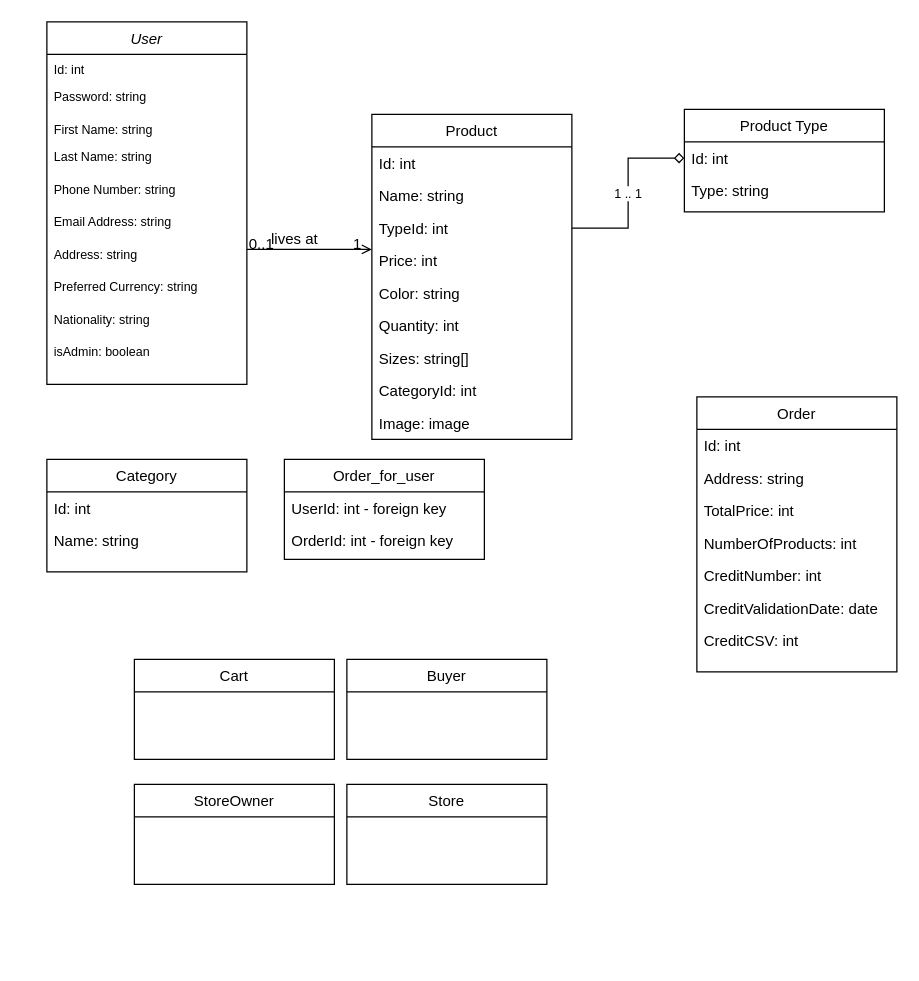
This is docs/ClassDiagram.drawio from kokolight/EuroleagueAnalysis, a draw.io file, before an edit. Source tidied: cells renumbered, new cells numbered last; positions are measured from the earlier drawing's top-left corner, leaving out a move shared by most shapes. Both pictures are drawn from the tidied source at 125%, with x=0, y=0 at pixel (46, 21).
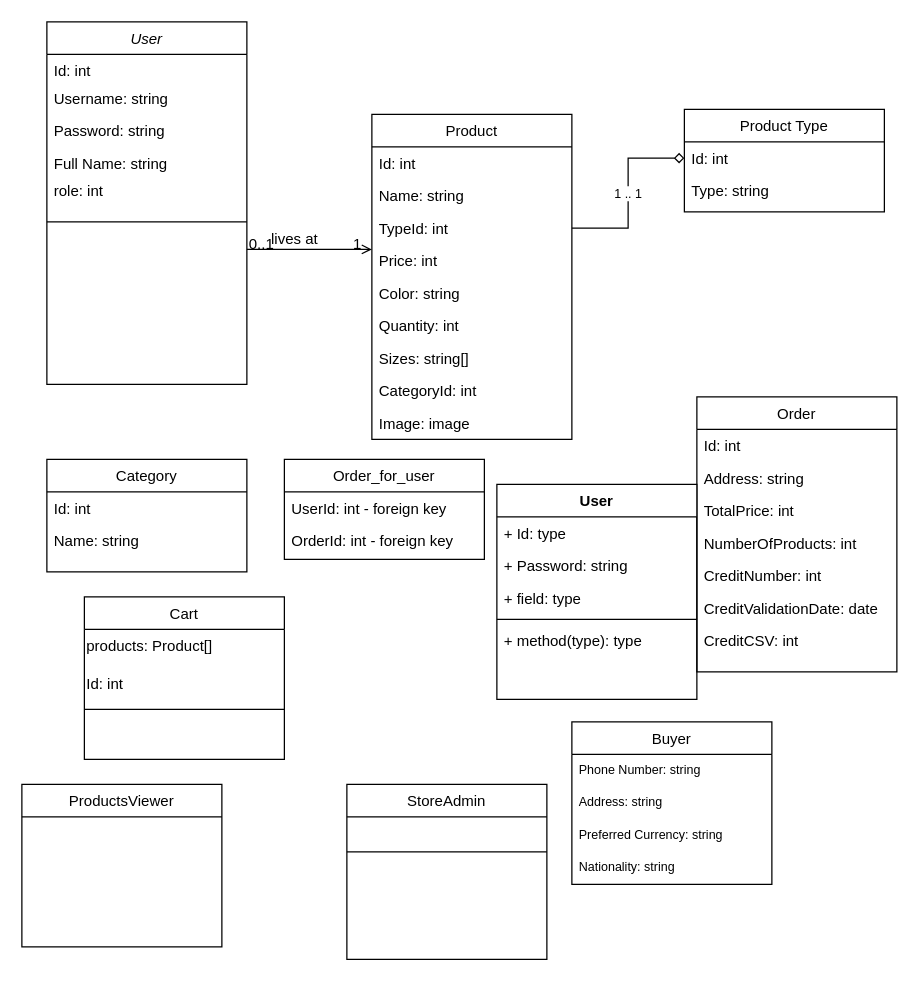
Above is the later version.

Unchanged cells that the change refers to:
```xml
<mxCell id="2" value="User" style="swimlane;fontStyle=2;align=center;verticalAlign=top;horizontal=1;startSize=26;rounded=0;shadow=0;strokeWidth=1;" parent="1" vertex="1">
  <mxGeometry width="160" height="290" as="geometry" />
</mxCell>
```

What changed in the source:
```diff
@@
-    <mxCell id="3" value="Id: int" style="text;align=left;verticalAlign=top;spacingLeft=4;spacingRight=4;overflow=hidden;fontSize=10;" parent="2" vertex="1">
+    <mxCell id="3" value="Id: int" style="text;align=left;verticalAlign=top;spacingLeft=4;spacingRight=4;overflow=hidden;fontSize=12;" parent="2" vertex="1">
       <mxGeometry y="26" width="160" height="22" as="geometry" />
     </mxCell>
+    <mxCell id="8" value="Username: string" style="text;align=left;verticalAlign=top;spacingLeft=4;spacingRight=4;overflow=hidden;html=0;fontSize=12;" parent="2" vertex="1">
+      <mxGeometry y="48" width="160" height="26" as="geometry" />
+    </mxCell>
-    <mxCell id="4" value="Password: string" style="text;align=left;verticalAlign=top;spacingLeft=4;spacingRight=4;overflow=hidden;fontSize=10;" parent="2" vertex="1">
-      <mxGeometry y="48" width="160" height="26" as="geometry" />
+    <mxCell id="4" value="Password: string" style="text;align=left;verticalAlign=top;spacingLeft=4;spacingRight=4;overflow=hidden;fontSize=12;" parent="2" vertex="1">
+      <mxGeometry y="74" width="160" height="26" as="geometry" />
     </mxCell>
-    <mxCell id="5" value="First Name: string" style="text;align=left;verticalAlign=top;spacingLeft=4;spacingRight=4;overflow=hidden;fontSize=10;" parent="2" vertex="1">
-      <mxGeometry y="74" width="160" height="22" as="geometry" />
+    <mxCell id="5" value="Full Name: string" style="text;align=left;verticalAlign=top;spacingLeft=4;spacingRight=4;overflow=hidden;fontSize=12;" parent="2" vertex="1">
+      <mxGeometry y="100" width="160" height="22" as="geometry" />
     </mxCell>
-    <mxCell id="6" value="Last Name: string" style="text;align=left;verticalAlign=top;spacingLeft=4;spacingRight=4;overflow=hidden;fontSize=10;" parent="2" vertex="1">
-      <mxGeometry y="96" width="160" height="26" as="geometry" />
-    </mxCell>
-    <mxCell id="7" value="Phone Number: string" style="text;align=left;verticalAlign=top;spacingLeft=4;spacingRight=4;overflow=hidden;html=0;fontSize=10;" parent="2" vertex="1">
-      <mxGeometry y="122" width="160" height="26" as="geometry" />
-    </mxCell>
-    <mxCell id="8" value="Email Address: string" style="text;align=left;verticalAlign=top;spacingLeft=4;spacingRight=4;overflow=hidden;html=0;fontSize=10;" parent="2" vertex="1">
-      <mxGeometry y="148" width="160" height="26" as="geometry" />
-    </mxCell>
-    <mxCell id="9" value="Address: string" style="text;align=left;verticalAlign=top;spacingLeft=4;spacingRight=4;overflow=hidden;html=0;fontSize=10;" parent="2" vertex="1">
-      <mxGeometry y="174" width="160" height="26" as="geometry" />
-    </mxCell>
-    <mxCell id="10" value="Preferred Currency: string" style="text;align=left;verticalAlign=top;spacingLeft=4;spacingRight=4;overflow=hidden;html=0;fontSize=10;" parent="2" vertex="1">
-      <mxGeometry y="200" width="160" height="26" as="geometry" />
-    </mxCell>
-    <mxCell id="11" value="Nationality: string" style="text;align=left;verticalAlign=top;spacingLeft=4;spacingRight=4;overflow=hidden;html=0;fontSize=10;" parent="2" vertex="1">
-      <mxGeometry y="226" width="160" height="26" as="geometry" />
-    </mxCell>
-    <mxCell id="12" value="isAdmin: boolean" style="text;align=left;verticalAlign=top;spacingLeft=4;spacingRight=4;overflow=hidden;html=0;fontSize=10;" parent="2" vertex="1">
-      <mxGeometry y="252" width="160" height="26" as="geometry" />
+    <mxCell id="12" value="role: int&#10;" style="text;align=left;verticalAlign=top;spacingLeft=4;spacingRight=4;overflow=hidden;html=0;fontSize=12;" parent="2" vertex="1">
+      <mxGeometry y="122" width="160" height="26" as="geometry" />
     </mxCell>
+    <mxCell id="49" style="endArrow=none;html=1;fontSize=12;" parent="2" edge="1">
+      <mxGeometry relative="1" as="geometry">
+        <mxPoint y="160" as="sourcePoint" />
+        <mxPoint x="160" y="160" as="targetPoint" />
+      </mxGeometry>
+    </mxCell>
@@
     <mxCell id="45" value="Cart" style="swimlane;fontStyle=0;align=center;verticalAlign=top;horizontal=1;startSize=26;rounded=0;shadow=0;strokeWidth=1;" parent="1" vertex="1">
-      <mxGeometry x="70" y="510" width="160" height="80" as="geometry" />
+      <mxGeometry x="30" y="460" width="160" height="130" as="geometry" />
     </mxCell>
+    <mxCell id="50" value="products: Product[]&lt;br&gt;&lt;br&gt;" style="text;html=1;align=left;verticalAlign=top;strokeColor=none;fillColor=none;" parent="45" vertex="1">
+      <mxGeometry y="26" width="160" height="30" as="geometry" />
+    </mxCell>
+    <mxCell id="51" value="Id: int&lt;br&gt;" style="text;html=1;align=left;verticalAlign=top;strokeColor=none;fillColor=none;" parent="45" vertex="1">
+      <mxGeometry y="56" width="160" height="20" as="geometry" />
+    </mxCell>
     <mxCell id="46" value="Buyer" style="swimlane;fontStyle=0;align=center;verticalAlign=top;horizontal=1;startSize=26;rounded=0;shadow=0;strokeWidth=1;" parent="1" vertex="1">
-      <mxGeometry x="240" y="510" width="160" height="80" as="geometry" />
+      <mxGeometry x="420" y="560" width="160" height="130" as="geometry" />
     </mxCell>
+    <mxCell id="7" value="Phone Number: string" style="text;align=left;verticalAlign=top;spacingLeft=4;spacingRight=4;overflow=hidden;html=0;fontSize=10;" parent="46" vertex="1">
+      <mxGeometry y="26" width="160" height="26" as="geometry" />
+    </mxCell>
+    <mxCell id="9" value="Address: string" style="text;align=left;verticalAlign=top;spacingLeft=4;spacingRight=4;overflow=hidden;html=0;fontSize=10;" parent="46" vertex="1">
+      <mxGeometry y="52" width="160" height="26" as="geometry" />
+    </mxCell>
+    <mxCell id="10" value="Preferred Currency: string" style="text;align=left;verticalAlign=top;spacingLeft=4;spacingRight=4;overflow=hidden;html=0;fontSize=10;" parent="46" vertex="1">
+      <mxGeometry y="78" width="160" height="26" as="geometry" />
+    </mxCell>
+    <mxCell id="11" value="Nationality: string" style="text;align=left;verticalAlign=top;spacingLeft=4;spacingRight=4;overflow=hidden;html=0;fontSize=10;" parent="46" vertex="1">
+      <mxGeometry y="104" width="160" height="26" as="geometry" />
+    </mxCell>
-    <mxCell id="47" value="StoreOwner" style="swimlane;fontStyle=0;align=center;verticalAlign=top;horizontal=1;startSize=26;rounded=0;shadow=0;strokeWidth=1;" parent="1" vertex="1">
-      <mxGeometry x="70" y="610" width="160" height="80" as="geometry" />
+    <mxCell id="47" value="ProductsViewer" style="swimlane;fontStyle=0;align=center;verticalAlign=top;horizontal=1;startSize=26;rounded=0;shadow=0;strokeWidth=1;" parent="1" vertex="1">
+      <mxGeometry x="-20" y="610" width="160" height="130" as="geometry" />
     </mxCell>
-    <mxCell id="48" value="Store" style="swimlane;fontStyle=0;align=center;verticalAlign=top;horizontal=1;startSize=26;rounded=0;shadow=0;strokeWidth=1;" parent="1" vertex="1">
-      <mxGeometry x="240" y="610" width="160" height="80" as="geometry" />
+    <mxCell id="48" value="StoreAdmin" style="swimlane;fontStyle=0;align=center;verticalAlign=top;horizontal=1;startSize=26;rounded=0;shadow=0;strokeWidth=1;" parent="1" vertex="1">
+      <mxGeometry x="240" y="610" width="160" height="140" as="geometry" />
     </mxCell>
+    <mxCell id="52" style="endArrow=none;html=1;fontSize=12;" parent="48" edge="1">
+      <mxGeometry relative="1" as="geometry">
+        <mxPoint y="54" as="sourcePoint" />
+        <mxPoint x="160" y="54" as="targetPoint" />
+      </mxGeometry>
+    </mxCell>
+    <mxCell id="53" style="endArrow=none;html=1;fontSize=12;" parent="1" edge="1">
+      <mxGeometry relative="1" as="geometry">
+        <mxPoint x="30" y="550" as="sourcePoint" />
+        <mxPoint x="190" y="550" as="targetPoint" />
+      </mxGeometry>
+    </mxCell>
+    <mxCell id="54" value="User" style="swimlane;fontStyle=1;align=center;verticalAlign=top;horizontal=1;startSize=26;fontSize=12;" parent="1" vertex="1">
+      <mxGeometry x="360" y="370" width="160" height="172" as="geometry" />
+    </mxCell>
+    <mxCell id="55" value="+ Id: type" style="text;strokeColor=none;fillColor=none;align=left;verticalAlign=top;spacingLeft=4;spacingRight=4;overflow=hidden;" parent="54" vertex="1">
+      <mxGeometry y="26" width="160" height="26" as="geometry" />
+    </mxCell>
+    <mxCell id="56" value="+ Password: string" style="text;strokeColor=none;fillColor=none;align=left;verticalAlign=top;spacingLeft=4;spacingRight=4;overflow=hidden;" parent="54" vertex="1">
+      <mxGeometry y="52" width="160" height="26" as="geometry" />
+    </mxCell>
+    <mxCell id="57" value="+ field: type" style="text;strokeColor=none;fillColor=none;align=left;verticalAlign=top;spacingLeft=4;spacingRight=4;overflow=hidden;" parent="54" vertex="1">
+      <mxGeometry y="78" width="160" height="26" as="geometry" />
+    </mxCell>
+    <mxCell id="58" style="line;strokeWidth=1;fillColor=none;align=left;verticalAlign=middle;spacingTop=-1;spacingLeft=3;spacingRight=3;labelPosition=right;" parent="54" vertex="1">
+      <mxGeometry y="104" width="160" height="8" as="geometry" />
+    </mxCell>
+    <mxCell id="59" value="+ method(type): type" style="text;strokeColor=none;fillColor=none;align=left;verticalAlign=top;spacingLeft=4;spacingRight=4;overflow=hidden;" parent="54" vertex="1">
+      <mxGeometry y="112" width="160" height="60" as="geometry" />
+    </mxCell>
```
